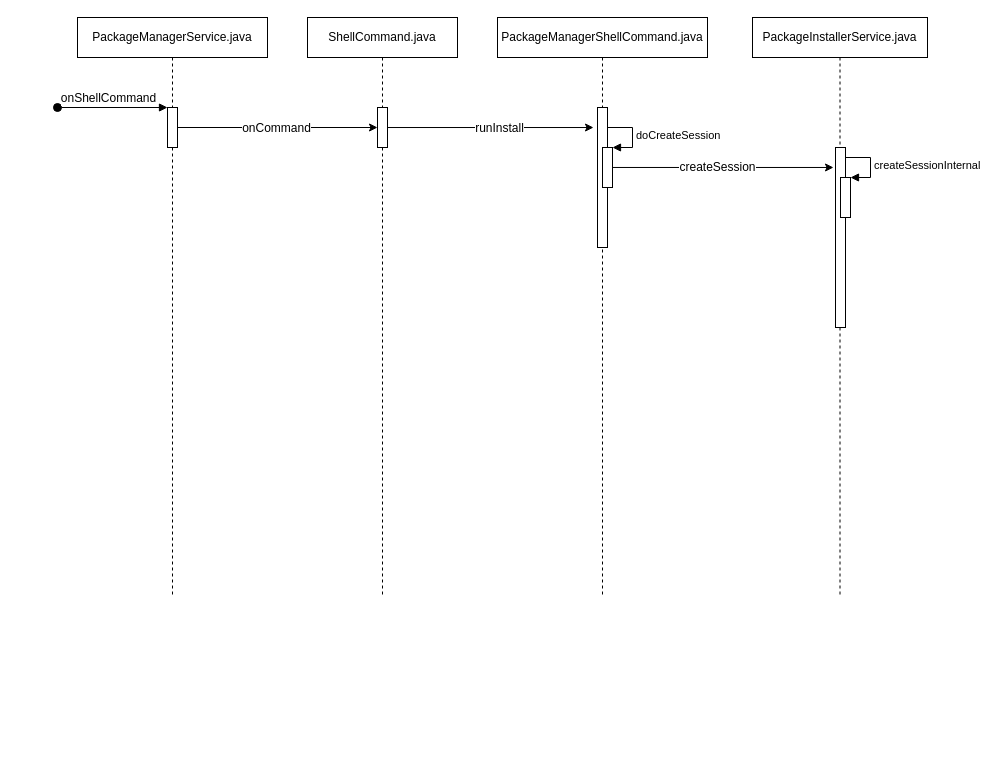
The draw.io diagram page "install" (2 of 3) of services/APEX/APEX.drawio in pengzhicai/myPicture, before the edit. Source tidied: cells renumbered, new cells numbered last; positions are measured from the earlier drawing's top-left corner, leaving out a move shared by most shapes. Both pictures are drawn from the tidied source at 100%, with x=0, y=0 at pixel (57, 17).
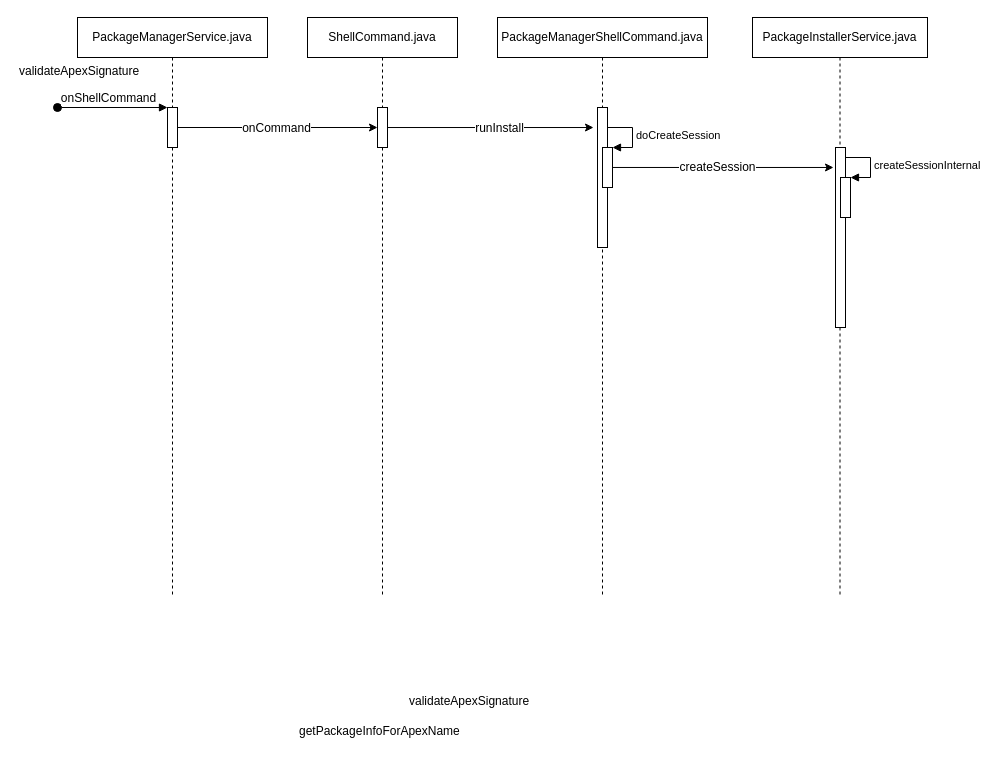
Above is the later version.

What changed in the source:
```diff
@@
+    <mxCell id="22" value="getPackageInfoForApexName" style="text;html=1;" parent="1" vertex="1">
+      <mxGeometry x="240" y="700" width="190" height="30" as="geometry" />
+    </mxCell>
+    <mxCell id="23" value="validateApexSignature" style="text;html=1;" parent="1" vertex="1">
+      <mxGeometry x="-40" y="40" width="150" height="30" as="geometry" />
+    </mxCell>
+    <mxCell id="24" value="validateApexSignature" style="text;html=1;" parent="1" vertex="1">
+      <mxGeometry x="350" y="670" width="150" height="30" as="geometry" />
+    </mxCell>
```
